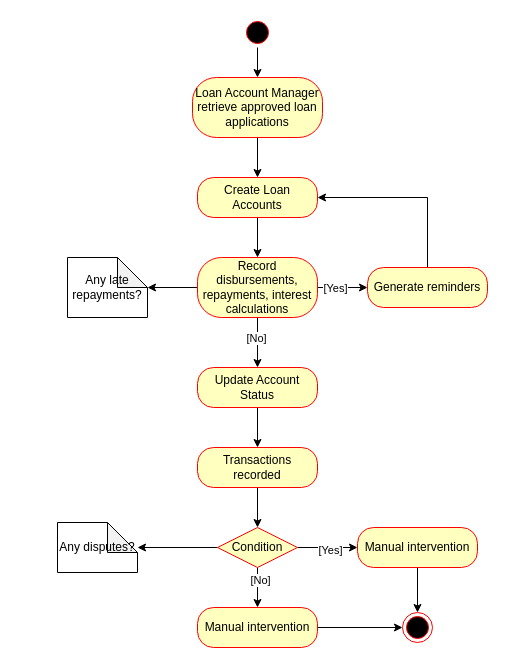
This is Account Management Activity Diagram.drawio from AjnaNushi/drawio, a draw.io file, before an edit. Source tidied: cells renumbered, new cells numbered last; positions are measured from the earlier drawing's top-left corner, leaving out a move shared by most shapes. Both pictures are drawn from the tidied source at 100%, with x=0, y=0 at pixel (57, 17).
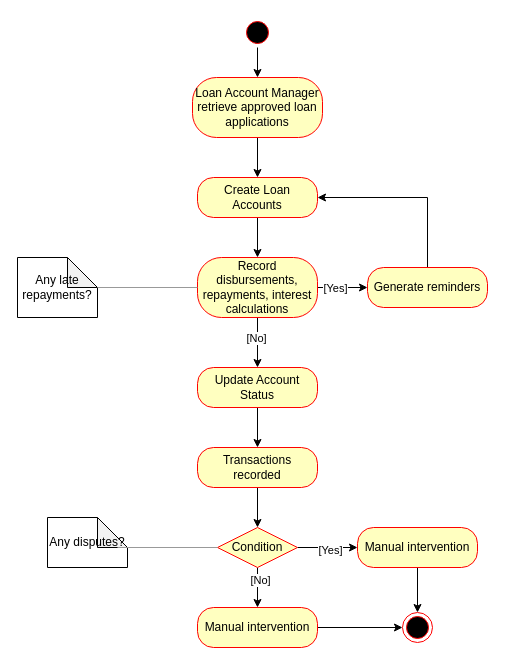
The same page after the edit.

The change refers to these unchanged cells:
```xml
<mxCell id="13" value="Record disbursements, repayments, interest calculations" style="rounded=1;whiteSpace=wrap;html=1;arcSize=40;fontColor=#000000;fillColor=#ffffc0;strokeColor=#ff0000;" parent="1" vertex="1">
  <mxGeometry x="140" y="240" width="120" height="60" as="geometry" />
</mxCell>
<mxCell id="29" value="Condition" style="rhombus;whiteSpace=wrap;html=1;fontColor=#000000;fillColor=#ffffc0;strokeColor=#ff0000;" parent="1" vertex="1">
  <mxGeometry x="160" y="510" width="80" height="40" as="geometry" />
</mxCell>
```

What changed in the source:
```diff
@@
-    <mxCell id="8" style="edgeStyle=orthogonalEdgeStyle;rounded=0;jettySize=auto;html=1;" parent="1" edge="1" source="13" target="14">
-      <mxGeometry relative="1" as="geometry" />
-    </mxCell>
@@
     <mxCell id="14" value="Any late repayments?" style="shape=note;whiteSpace=wrap;html=1;backgroundOutline=1;darkOpacity=0.05;" parent="1" vertex="1">
-      <mxGeometry x="10" y="240" width="80" height="60" as="geometry" />
+      <mxGeometry x="-40" y="240" width="80" height="60" as="geometry" />
     </mxCell>
@@
     <mxCell id="21" value="Any disputes?" style="shape=note;whiteSpace=wrap;html=1;backgroundOutline=1;darkOpacity=0.05;" parent="1" vertex="1">
-      <mxGeometry y="505" width="80" height="50" as="geometry" />
+      <mxGeometry x="-10" y="500" width="80" height="50" as="geometry" />
     </mxCell>
@@
-    <mxCell id="24" style="edgeStyle=orthogonalEdgeStyle;rounded=0;jettySize=auto;html=1;" parent="1" edge="1" source="29" target="21">
-      <mxGeometry relative="1" as="geometry" />
-    </mxCell>
@@
+    <mxCell id="33" style="verticalLabelPosition=bottom;shadow=0;dashed=0;align=center;html=1;verticalAlign=top;strokeWidth=1;shape=mxgraph.mockup.markup.line;strokeColor=#999999;" parent="1" vertex="1">
+      <mxGeometry x="40" y="260" width="100" height="20" as="geometry" />
+    </mxCell>
+    <mxCell id="34" style="verticalLabelPosition=bottom;shadow=0;dashed=0;align=center;html=1;verticalAlign=top;strokeWidth=1;shape=mxgraph.mockup.markup.line;strokeColor=#999999;" parent="1" vertex="1">
+      <mxGeometry x="60" y="520" width="100" height="20" as="geometry" />
+    </mxCell>
```
